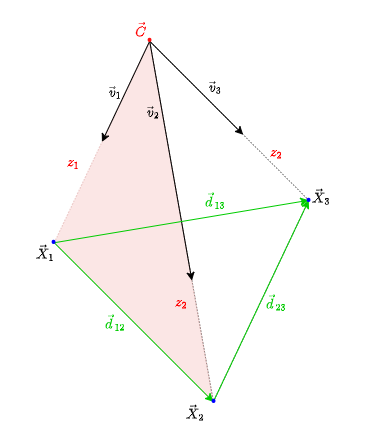
The draw.io diagram graphics/p3p.png in Myralllka/bachelor_thesis, before a commit. Source tidied: cells renumbered, new cells last; positions are measured from the earlier drawing's top-left corner, leaving out a move shared by most shapes. The source it was exported from:
```xml
<mxGraphModel math="1">
  <root>
    <mxCell id="0" />
    <mxCell id="1" parent="0" />
    <mxCell id="2" style="verticalLabelPosition=bottom;verticalAlign=top;html=1;shape=mxgraph.basic.obtuse_triangle;dx=0.25;rotation=225;fillColor=none;dashed=1;strokeWidth=0.5;" parent="1" vertex="1">
      <mxGeometry x="31" y="111" width="300" height="210" as="geometry" />
    </mxCell>
    <mxCell id="3" style="verticalLabelPosition=bottom;verticalAlign=top;html=1;shape=mxgraph.basic.obtuse_triangle;dx=0.25;rotation=45;fillColor=#f8cecc;dashed=1;strokeColor=#b85450;opacity=50;strokeWidth=0.5;" parent="1" vertex="1">
      <mxGeometry x="31" y="111" width="300" height="210" as="geometry" />
    </mxCell>
    <mxCell id="4" style="endArrow=classic;html=1;rounded=0;entryX=0;entryY=0;entryDx=75;entryDy=210;entryPerimeter=0;exitX=0;exitY=0;exitDx=0;exitDy=0;exitPerimeter=0;endFill=1;strokeColor=#00CC00;" parent="1" edge="1" source="2" target="2">
      <mxGeometry relative="1" as="geometry" />
    </mxCell>
    <mxCell id="5" style="endArrow=none;html=1;rounded=0;exitX=0;exitY=0;exitDx=0;exitDy=0;exitPerimeter=0;entryX=0;entryY=0;entryDx=75;entryDy=210;entryPerimeter=0;strokeColor=#00CC00;endFill=0;startArrow=classic;startFill=1;" parent="1" edge="1" source="2" target="3">
      <mxGeometry relative="1" as="geometry" />
    </mxCell>
    <mxCell id="6" style="endArrow=classic;html=1;rounded=0;exitX=0;exitY=0;exitDx=0;exitDy=0;exitPerimeter=0;entryX=0.559;entryY=1;entryDx=0;entryDy=0;entryPerimeter=0;" parent="1" edge="1" target="2">
      <mxGeometry relative="1" as="geometry">
        <mxPoint x="149.2" y="35.7" as="sourcePoint" />
      </mxGeometry>
    </mxCell>
    <mxCell id="7" style="endArrow=classic;html=1;rounded=0;exitX=1;exitY=1;exitDx=0;exitDy=0;exitPerimeter=0;entryX=0.664;entryY=0.664;entryDx=0;entryDy=0;entryPerimeter=0;" parent="1" edge="1" source="2" target="3">
      <mxGeometry relative="1" as="geometry" />
    </mxCell>
    <mxCell id="8" style="endArrow=classic;html=1;rounded=0;exitX=1;exitY=1;exitDx=0;exitDy=0;exitPerimeter=0;entryX=0;entryY=0;entryDx=37.5;entryDy=105;entryPerimeter=0;" parent="1" edge="1" source="2" target="3">
      <mxGeometry relative="1" as="geometry" />
    </mxCell>
    <mxCell id="9" value="$$\vec{X}_1$$" style="text;html=1;align=center;verticalAlign=middle;points=[];strokeColor=none;fillColor=none;" parent="1" vertex="1">
      <mxGeometry y="237" width="90" height="20" as="geometry" />
    </mxCell>
    <mxCell id="10" value="$$\vec{X}_2$$" style="text;html=1;align=center;verticalAlign=middle;strokeColor=none;fillColor=none;" parent="1" vertex="1">
      <mxGeometry x="150" y="397" width="90" height="20" as="geometry" />
    </mxCell>
    <mxCell id="11" value="$$\vec{X}_3$$" style="text;html=1;align=center;verticalAlign=middle;strokeColor=none;fillColor=none;" parent="1" vertex="1">
      <mxGeometry x="276" y="181" width="90" height="20" as="geometry" />
    </mxCell>
    <mxCell id="12" value="$$\vec{v}_1$$" style="text;html=1;align=center;verticalAlign=middle;strokeColor=none;fillColor=none;" parent="1" vertex="1">
      <mxGeometry x="70" y="77" width="90" height="20" as="geometry" />
    </mxCell>
    <mxCell id="13" value="$$\vec{v}_2$$" style="text;html=1;align=center;verticalAlign=middle;strokeColor=none;fillColor=none;" parent="1" vertex="1">
      <mxGeometry x="108" y="97" width="90" height="20" as="geometry" />
    </mxCell>
    <mxCell id="14" value="$$\vec{v}_3$$" style="text;html=1;align=center;verticalAlign=middle;strokeColor=none;fillColor=none;" parent="1" vertex="1">
      <mxGeometry x="170" y="72" width="90" height="20" as="geometry" />
    </mxCell>
    <mxCell id="15" value="&lt;pre&gt;&lt;font color=&quot;#ff0f0f&quot; style=&quot;font-size: 31px;&quot;&gt;.&lt;/font&gt;&lt;/pre&gt;" style="text;html=1;align=center;verticalAlign=middle;strokeColor=none;fillColor=none;" parent="1" vertex="1">
      <mxGeometry x="134" width="30" height="50" as="geometry" />
    </mxCell>
    <mxCell id="16" value="&lt;font color=&quot;#ff0000&quot;&gt;$$\vec{C}$$&lt;/font&gt;" style="text;html=1;align=center;verticalAlign=middle;strokeColor=none;fillColor=none;" parent="1" vertex="1">
      <mxGeometry x="100" y="15" width="80" height="20" as="geometry" />
    </mxCell>
    <mxCell id="17" value="&lt;font color=&quot;#00cc00&quot;&gt;$$\vec{d}_{12}$$&lt;/font&gt;" style="text;html=1;align=center;verticalAlign=middle;strokeColor=none;fillColor=none;" parent="1" vertex="1">
      <mxGeometry x="60" y="307" width="110" height="20" as="geometry" />
    </mxCell>
    <mxCell id="18" value="&lt;font color=&quot;#00cc00&quot;&gt;$$\vec{d}_{23}$$&lt;/font&gt;" style="text;html=1;align=center;verticalAlign=middle;strokeColor=none;fillColor=none;" parent="1" vertex="1">
      <mxGeometry x="221" y="287" width="110" height="20" as="geometry" />
    </mxCell>
    <mxCell id="19" value="&lt;font color=&quot;#00cc00&quot;&gt;$$\vec{d}_{13}$$&lt;/font&gt;" style="text;html=1;align=center;verticalAlign=middle;strokeColor=none;fillColor=none;" parent="1" vertex="1">
      <mxGeometry x="160" y="185" width="110" height="20" as="geometry" />
    </mxCell>
    <mxCell id="20" style="endArrow=classic;html=1;rounded=0;entryX=0;entryY=0;entryDx=75;entryDy=210;entryPerimeter=0;exitX=0.593;exitY=0.015;exitDx=0;exitDy=0;exitPerimeter=0;endFill=1;strokeColor=#00CC00;" parent="1" edge="1" source="9" target="2">
      <mxGeometry relative="1" as="geometry" />
    </mxCell>
    <mxCell id="21" value="&lt;pre&gt;&lt;font color=&quot;#0000ff&quot; style=&quot;font-size: 31px;&quot;&gt;.&lt;/font&gt;&lt;/pre&gt;" style="text;html=1;align=center;verticalAlign=middle;strokeColor=none;fillColor=none;" parent="1" vertex="1">
      <mxGeometry x="293" y="160" width="30" height="50" as="geometry" />
    </mxCell>
    <mxCell id="22" value="&lt;pre&gt;&lt;font color=&quot;#0000ff&quot; style=&quot;font-size: 31px;&quot;&gt;.&lt;/font&gt;&lt;/pre&gt;" style="text;html=1;align=center;verticalAlign=middle;strokeColor=none;fillColor=none;" parent="1" vertex="1">
      <mxGeometry x="38" y="202" width="30" height="50" as="geometry" />
    </mxCell>
    <mxCell id="23" value="&lt;pre&gt;&lt;font color=&quot;#0000ff&quot; style=&quot;font-size: 31px;&quot;&gt;.&lt;/font&gt;&lt;/pre&gt;" style="text;html=1;align=center;verticalAlign=middle;strokeColor=none;fillColor=none;" parent="1" vertex="1">
      <mxGeometry x="198" y="361" width="30" height="50" as="geometry" />
    </mxCell>
    <mxCell id="24" value="&lt;font color=&quot;#ff0000&quot;&gt;$$z_{1}$$&lt;/font&gt;" style="text;html=1;align=center;verticalAlign=middle;strokeColor=none;fillColor=none;" parent="1" vertex="1">
      <mxGeometry x="38" y="147" width="70" height="20" as="geometry" />
    </mxCell>
    <mxCell id="25" value="&lt;font color=&quot;#ff0000&quot;&gt;$$z_{2}$$&lt;/font&gt;" style="text;html=1;align=center;verticalAlign=middle;strokeColor=none;fillColor=none;" parent="1" vertex="1">
      <mxGeometry x="146" y="287" width="70" height="20" as="geometry" />
    </mxCell>
    <mxCell id="26" value="&lt;font color=&quot;#ff0000&quot;&gt;$$z_{2}$$&lt;/font&gt;" style="text;html=1;align=center;verticalAlign=middle;strokeColor=none;fillColor=none;" parent="1" vertex="1">
      <mxGeometry x="241" y="137" width="70" height="20" as="geometry" />
    </mxCell>
  </root>
</mxGraphModel>
```
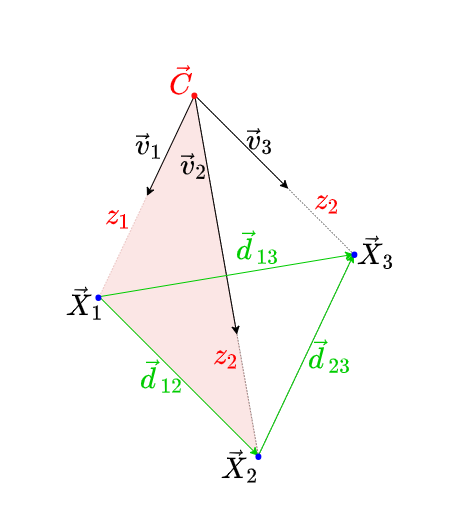
The same diagram one commit later.

What changed in the source:
```diff
@@ -2,82 +2,82 @@
   <root>
     <mxCell id="0" />
     <mxCell id="1" parent="0" />
-    <mxCell id="2" style="verticalLabelPosition=bottom;verticalAlign=top;html=1;shape=mxgraph.basic.obtuse_triangle;dx=0.25;rotation=225;fillColor=none;dashed=1;strokeWidth=0.5;" parent="1" vertex="1">
+    <mxCell id="2" style="verticalLabelPosition=bottom;verticalAlign=top;html=1;shape=mxgraph.basic.obtuse_triangle;dx=0.25;rotation=225;fillColor=none;dashed=1;strokeWidth=0.5;fontSize=24;" parent="1" vertex="1">
       <mxGeometry x="31" y="111" width="300" height="210" as="geometry" />
     </mxCell>
-    <mxCell id="3" style="verticalLabelPosition=bottom;verticalAlign=top;html=1;shape=mxgraph.basic.obtuse_triangle;dx=0.25;rotation=45;fillColor=#f8cecc;dashed=1;strokeColor=#b85450;opacity=50;strokeWidth=0.5;" parent="1" vertex="1">
+    <mxCell id="3" style="verticalLabelPosition=bottom;verticalAlign=top;html=1;shape=mxgraph.basic.obtuse_triangle;dx=0.25;rotation=45;fillColor=#f8cecc;dashed=1;strokeColor=#b85450;opacity=50;strokeWidth=0.5;fontSize=24;" parent="1" vertex="1">
       <mxGeometry x="31" y="111" width="300" height="210" as="geometry" />
     </mxCell>
-    <mxCell id="4" style="endArrow=classic;html=1;rounded=0;entryX=0;entryY=0;entryDx=75;entryDy=210;entryPerimeter=0;exitX=0;exitY=0;exitDx=0;exitDy=0;exitPerimeter=0;endFill=1;strokeColor=#00CC00;" parent="1" edge="1" source="2" target="2">
+    <mxCell id="4" style="endArrow=classic;html=1;rounded=0;entryX=0;entryY=0;entryDx=75;entryDy=210;entryPerimeter=0;exitX=0;exitY=0;exitDx=0;exitDy=0;exitPerimeter=0;endFill=1;strokeColor=#00CC00;fontSize=24;" parent="1" edge="1" source="2" target="2">
       <mxGeometry relative="1" as="geometry" />
     </mxCell>
-    <mxCell id="5" style="endArrow=none;html=1;rounded=0;exitX=0;exitY=0;exitDx=0;exitDy=0;exitPerimeter=0;entryX=0;entryY=0;entryDx=75;entryDy=210;entryPerimeter=0;strokeColor=#00CC00;endFill=0;startArrow=classic;startFill=1;" parent="1" edge="1" source="2" target="3">
+    <mxCell id="5" style="endArrow=none;html=1;rounded=0;exitX=0;exitY=0;exitDx=0;exitDy=0;exitPerimeter=0;entryX=0;entryY=0;entryDx=75;entryDy=210;entryPerimeter=0;strokeColor=#00CC00;endFill=0;startArrow=classic;startFill=1;fontSize=24;" parent="1" edge="1" source="2" target="3">
       <mxGeometry relative="1" as="geometry" />
     </mxCell>
-    <mxCell id="6" style="endArrow=classic;html=1;rounded=0;exitX=0;exitY=0;exitDx=0;exitDy=0;exitPerimeter=0;entryX=0.559;entryY=1;entryDx=0;entryDy=0;entryPerimeter=0;" parent="1" edge="1" target="2">
+    <mxCell id="6" style="endArrow=classic;html=1;rounded=0;exitX=0;exitY=0;exitDx=0;exitDy=0;exitPerimeter=0;entryX=0.559;entryY=1;entryDx=0;entryDy=0;entryPerimeter=0;fontSize=24;" parent="1" edge="1" target="2">
       <mxGeometry relative="1" as="geometry">
         <mxPoint x="149.2" y="35.7" as="sourcePoint" />
       </mxGeometry>
     </mxCell>
-    <mxCell id="7" style="endArrow=classic;html=1;rounded=0;exitX=1;exitY=1;exitDx=0;exitDy=0;exitPerimeter=0;entryX=0.664;entryY=0.664;entryDx=0;entryDy=0;entryPerimeter=0;" parent="1" edge="1" source="2" target="3">
+    <mxCell id="7" style="endArrow=classic;html=1;rounded=0;exitX=1;exitY=1;exitDx=0;exitDy=0;exitPerimeter=0;entryX=0.664;entryY=0.664;entryDx=0;entryDy=0;entryPerimeter=0;fontSize=24;" parent="1" edge="1" source="2" target="3">
       <mxGeometry relative="1" as="geometry" />
     </mxCell>
-    <mxCell id="8" style="endArrow=classic;html=1;rounded=0;exitX=1;exitY=1;exitDx=0;exitDy=0;exitPerimeter=0;entryX=0;entryY=0;entryDx=37.5;entryDy=105;entryPerimeter=0;" parent="1" edge="1" source="2" target="3">
+    <mxCell id="8" style="endArrow=classic;html=1;rounded=0;exitX=1;exitY=1;exitDx=0;exitDy=0;exitPerimeter=0;entryX=0;entryY=0;entryDx=37.5;entryDy=105;entryPerimeter=0;fontSize=24;" parent="1" edge="1" source="2" target="3">
       <mxGeometry relative="1" as="geometry" />
     </mxCell>
-    <mxCell id="9" value="$$\vec{X}_1$$" style="text;html=1;align=center;verticalAlign=middle;points=[];strokeColor=none;fillColor=none;" parent="1" vertex="1">
-      <mxGeometry y="237" width="90" height="20" as="geometry" />
+    <mxCell id="9" value="$$\vec{X}_1$$" style="text;html=1;align=center;verticalAlign=middle;points=[];strokeColor=none;fillColor=none;fontSize=24;" parent="1" vertex="1">
+      <mxGeometry x="-45" y="229" width="170" height="30" as="geometry" />
     </mxCell>
-    <mxCell id="10" value="$$\vec{X}_2$$" style="text;html=1;align=center;verticalAlign=middle;strokeColor=none;fillColor=none;" parent="1" vertex="1">
-      <mxGeometry x="150" y="397" width="90" height="20" as="geometry" />
+    <mxCell id="10" value="$$\vec{X}_2$$" style="text;html=1;align=center;verticalAlign=middle;strokeColor=none;fillColor=none;fontSize=24;" parent="1" vertex="1">
+      <mxGeometry x="110" y="392" width="170" height="30" as="geometry" />
     </mxCell>
-    <mxCell id="11" value="$$\vec{X}_3$$" style="text;html=1;align=center;verticalAlign=middle;strokeColor=none;fillColor=none;" parent="1" vertex="1">
-      <mxGeometry x="276" y="181" width="90" height="20" as="geometry" />
+    <mxCell id="11" value="$$\vec{X}_3$$" style="text;html=1;align=center;verticalAlign=middle;strokeColor=none;fillColor=none;fontSize=24;" parent="1" vertex="1">
+      <mxGeometry x="246" y="178" width="170" height="30" as="geometry" />
     </mxCell>
-    <mxCell id="12" value="$$\vec{v}_1$$" style="text;html=1;align=center;verticalAlign=middle;strokeColor=none;fillColor=none;" parent="1" vertex="1">
-      <mxGeometry x="70" y="77" width="90" height="20" as="geometry" />
+    <mxCell id="12" value="$$\vec{v}_1$$" style="text;html=1;align=center;verticalAlign=middle;strokeColor=none;fillColor=none;fontSize=24;" parent="1" vertex="1">
+      <mxGeometry x="19" y="72" width="170" height="30" as="geometry" />
     </mxCell>
-    <mxCell id="13" value="$$\vec{v}_2$$" style="text;html=1;align=center;verticalAlign=middle;strokeColor=none;fillColor=none;" parent="1" vertex="1">
-      <mxGeometry x="108" y="97" width="90" height="20" as="geometry" />
+    <mxCell id="13" value="$$\vec{v}_2$$" style="text;html=1;align=center;verticalAlign=middle;strokeColor=none;fillColor=none;fontSize=24;" parent="1" vertex="1">
+      <mxGeometry x="64" y="92" width="170" height="30" as="geometry" />
     </mxCell>
-    <mxCell id="14" value="$$\vec{v}_3$$" style="text;html=1;align=center;verticalAlign=middle;strokeColor=none;fillColor=none;" parent="1" vertex="1">
-      <mxGeometry x="170" y="72" width="90" height="20" as="geometry" />
+    <mxCell id="14" value="$$\vec{v}_3$$" style="text;html=1;align=center;verticalAlign=middle;strokeColor=none;fillColor=none;fontSize=24;" parent="1" vertex="1">
+      <mxGeometry x="130" y="67" width="170" height="30" as="geometry" />
     </mxCell>
-    <mxCell id="15" value="&lt;pre&gt;&lt;font color=&quot;#ff0f0f&quot; style=&quot;font-size: 31px;&quot;&gt;.&lt;/font&gt;&lt;/pre&gt;" style="text;html=1;align=center;verticalAlign=middle;strokeColor=none;fillColor=none;" parent="1" vertex="1">
-      <mxGeometry x="134" width="30" height="50" as="geometry" />
+    <mxCell id="15" value="&lt;pre style=&quot;font-size: 48px;&quot;&gt;&lt;font color=&quot;#ff0f0f&quot; style=&quot;font-size: 48px;&quot;&gt;.&lt;/font&gt;&lt;/pre&gt;" style="text;html=1;align=center;verticalAlign=middle;strokeColor=none;fillColor=none;fontSize=48;" parent="1" vertex="1">
+      <mxGeometry x="129" y="-59" width="40" height="160" as="geometry" />
     </mxCell>
-    <mxCell id="16" value="&lt;font color=&quot;#ff0000&quot;&gt;$$\vec{C}$$&lt;/font&gt;" style="text;html=1;align=center;verticalAlign=middle;strokeColor=none;fillColor=none;" parent="1" vertex="1">
-      <mxGeometry x="100" y="15" width="80" height="20" as="geometry" />
+    <mxCell id="16" value="&lt;font color=&quot;#ff0000&quot; style=&quot;font-size: 24px;&quot;&gt;$$\vec{C}$$&lt;/font&gt;" style="text;html=1;align=center;verticalAlign=middle;strokeColor=none;fillColor=none;fontSize=24;" parent="1" vertex="1">
+      <mxGeometry x="60" y="8" width="150" height="30" as="geometry" />
     </mxCell>
-    <mxCell id="17" value="&lt;font color=&quot;#00cc00&quot;&gt;$$\vec{d}_{12}$$&lt;/font&gt;" style="text;html=1;align=center;verticalAlign=middle;strokeColor=none;fillColor=none;" parent="1" vertex="1">
-      <mxGeometry x="60" y="307" width="110" height="20" as="geometry" />
+    <mxCell id="17" value="&lt;font color=&quot;#00cc00&quot; style=&quot;font-size: 24px;&quot;&gt;$$\vec{d}_{12}$$&lt;/font&gt;" style="text;html=1;align=center;verticalAlign=middle;strokeColor=none;fillColor=none;fontSize=24;" parent="1" vertex="1">
+      <mxGeometry x="17" y="302" width="200" height="30" as="geometry" />
     </mxCell>
-    <mxCell id="18" value="&lt;font color=&quot;#00cc00&quot;&gt;$$\vec{d}_{23}$$&lt;/font&gt;" style="text;html=1;align=center;verticalAlign=middle;strokeColor=none;fillColor=none;" parent="1" vertex="1">
-      <mxGeometry x="221" y="287" width="110" height="20" as="geometry" />
+    <mxCell id="18" value="&lt;font color=&quot;#00cc00&quot; style=&quot;font-size: 24px;&quot;&gt;$$\vec{d}_{23}$$&lt;/font&gt;" style="text;html=1;align=center;verticalAlign=middle;strokeColor=none;fillColor=none;fontSize=24;" parent="1" vertex="1">
+      <mxGeometry x="185" y="282" width="200" height="30" as="geometry" />
     </mxCell>
-    <mxCell id="19" value="&lt;font color=&quot;#00cc00&quot;&gt;$$\vec{d}_{13}$$&lt;/font&gt;" style="text;html=1;align=center;verticalAlign=middle;strokeColor=none;fillColor=none;" parent="1" vertex="1">
-      <mxGeometry x="160" y="185" width="110" height="20" as="geometry" />
+    <mxCell id="19" value="&lt;font color=&quot;#00cc00&quot; style=&quot;font-size: 24px;&quot;&gt;$$\vec{d}_{13}$$&lt;/font&gt;" style="text;html=1;align=center;verticalAlign=middle;strokeColor=none;fillColor=none;fontSize=24;" parent="1" vertex="1">
+      <mxGeometry x="113" y="173" width="200" height="30" as="geometry" />
     </mxCell>
-    <mxCell id="20" style="endArrow=classic;html=1;rounded=0;entryX=0;entryY=0;entryDx=75;entryDy=210;entryPerimeter=0;exitX=0.593;exitY=0.015;exitDx=0;exitDy=0;exitPerimeter=0;endFill=1;strokeColor=#00CC00;" parent="1" edge="1" source="9" target="2">
+    <mxCell id="20" style="endArrow=classic;html=1;rounded=0;entryX=0;entryY=0;entryDx=75;entryDy=210;entryPerimeter=0;endFill=1;strokeColor=#00CC00;fontSize=24;exitX=0;exitY=0;exitDx=75;exitDy=210;exitPerimeter=0;" parent="1" edge="1" source="3" target="2">
       <mxGeometry relative="1" as="geometry" />
     </mxCell>
-    <mxCell id="21" value="&lt;pre&gt;&lt;font color=&quot;#0000ff&quot; style=&quot;font-size: 31px;&quot;&gt;.&lt;/font&gt;&lt;/pre&gt;" style="text;html=1;align=center;verticalAlign=middle;strokeColor=none;fillColor=none;" parent="1" vertex="1">
-      <mxGeometry x="293" y="160" width="30" height="50" as="geometry" />
+    <mxCell id="21" value="&lt;pre style=&quot;font-size: 48px;&quot;&gt;&lt;font color=&quot;#0000ff&quot; style=&quot;font-size: 48px;&quot;&gt;.&lt;/font&gt;&lt;/pre&gt;" style="text;html=1;align=center;verticalAlign=middle;strokeColor=none;fillColor=none;fontSize=48;" parent="1" vertex="1">
+      <mxGeometry x="289" y="100" width="40" height="160" as="geometry" />
     </mxCell>
-    <mxCell id="22" value="&lt;pre&gt;&lt;font color=&quot;#0000ff&quot; style=&quot;font-size: 31px;&quot;&gt;.&lt;/font&gt;&lt;/pre&gt;" style="text;html=1;align=center;verticalAlign=middle;strokeColor=none;fillColor=none;" parent="1" vertex="1">
-      <mxGeometry x="38" y="202" width="30" height="50" as="geometry" />
+    <mxCell id="22" value="&lt;pre style=&quot;font-size: 48px;&quot;&gt;&lt;font color=&quot;#0000ff&quot; style=&quot;font-size: 48px;&quot;&gt;.&lt;/font&gt;&lt;/pre&gt;" style="text;html=1;align=center;verticalAlign=middle;strokeColor=none;fillColor=none;fontSize=48;" parent="1" vertex="1">
+      <mxGeometry x="33" y="143" width="40" height="160" as="geometry" />
     </mxCell>
-    <mxCell id="23" value="&lt;pre&gt;&lt;font color=&quot;#0000ff&quot; style=&quot;font-size: 31px;&quot;&gt;.&lt;/font&gt;&lt;/pre&gt;" style="text;html=1;align=center;verticalAlign=middle;strokeColor=none;fillColor=none;" parent="1" vertex="1">
-      <mxGeometry x="198" y="361" width="30" height="50" as="geometry" />
+    <mxCell id="23" value="&lt;pre style=&quot;font-size: 48px;&quot;&gt;&lt;font color=&quot;#0000ff&quot; style=&quot;font-size: 48px;&quot;&gt;.&lt;/font&gt;&lt;/pre&gt;" style="text;html=1;align=center;verticalAlign=middle;strokeColor=none;fillColor=none;fontSize=48;" parent="1" vertex="1">
+      <mxGeometry x="193" y="302" width="40" height="160" as="geometry" />
     </mxCell>
-    <mxCell id="24" value="&lt;font color=&quot;#ff0000&quot;&gt;$$z_{1}$$&lt;/font&gt;" style="text;html=1;align=center;verticalAlign=middle;strokeColor=none;fillColor=none;" parent="1" vertex="1">
-      <mxGeometry x="38" y="147" width="70" height="20" as="geometry" />
+    <mxCell id="24" value="&lt;font color=&quot;#ff0000&quot; style=&quot;font-size: 24px;&quot;&gt;$$z_{1}$$&lt;/font&gt;" style="text;html=1;align=center;verticalAlign=middle;strokeColor=none;fillColor=none;fontSize=24;" parent="1" vertex="1">
+      <mxGeometry x="13" y="142" width="120" height="30" as="geometry" />
     </mxCell>
-    <mxCell id="25" value="&lt;font color=&quot;#ff0000&quot;&gt;$$z_{2}$$&lt;/font&gt;" style="text;html=1;align=center;verticalAlign=middle;strokeColor=none;fillColor=none;" parent="1" vertex="1">
-      <mxGeometry x="146" y="287" width="70" height="20" as="geometry" />
+    <mxCell id="25" value="&lt;font color=&quot;#ff0000&quot; style=&quot;font-size: 24px;&quot;&gt;$$z_{2}$$&lt;/font&gt;" style="text;html=1;align=center;verticalAlign=middle;strokeColor=none;fillColor=none;fontSize=24;" parent="1" vertex="1">
+      <mxGeometry x="121" y="282" width="120" height="30" as="geometry" />
     </mxCell>
-    <mxCell id="26" value="&lt;font color=&quot;#ff0000&quot;&gt;$$z_{2}$$&lt;/font&gt;" style="text;html=1;align=center;verticalAlign=middle;strokeColor=none;fillColor=none;" parent="1" vertex="1">
-      <mxGeometry x="241" y="137" width="70" height="20" as="geometry" />
+    <mxCell id="26" value="&lt;font color=&quot;#ff0000&quot; style=&quot;font-size: 24px;&quot;&gt;$$z_{2}$$&lt;/font&gt;" style="text;html=1;align=center;verticalAlign=middle;strokeColor=none;fillColor=none;fontSize=24;" parent="1" vertex="1">
+      <mxGeometry x="222" y="127" width="120" height="30" as="geometry" />
     </mxCell>
   </root>
 </mxGraphModel>
```
